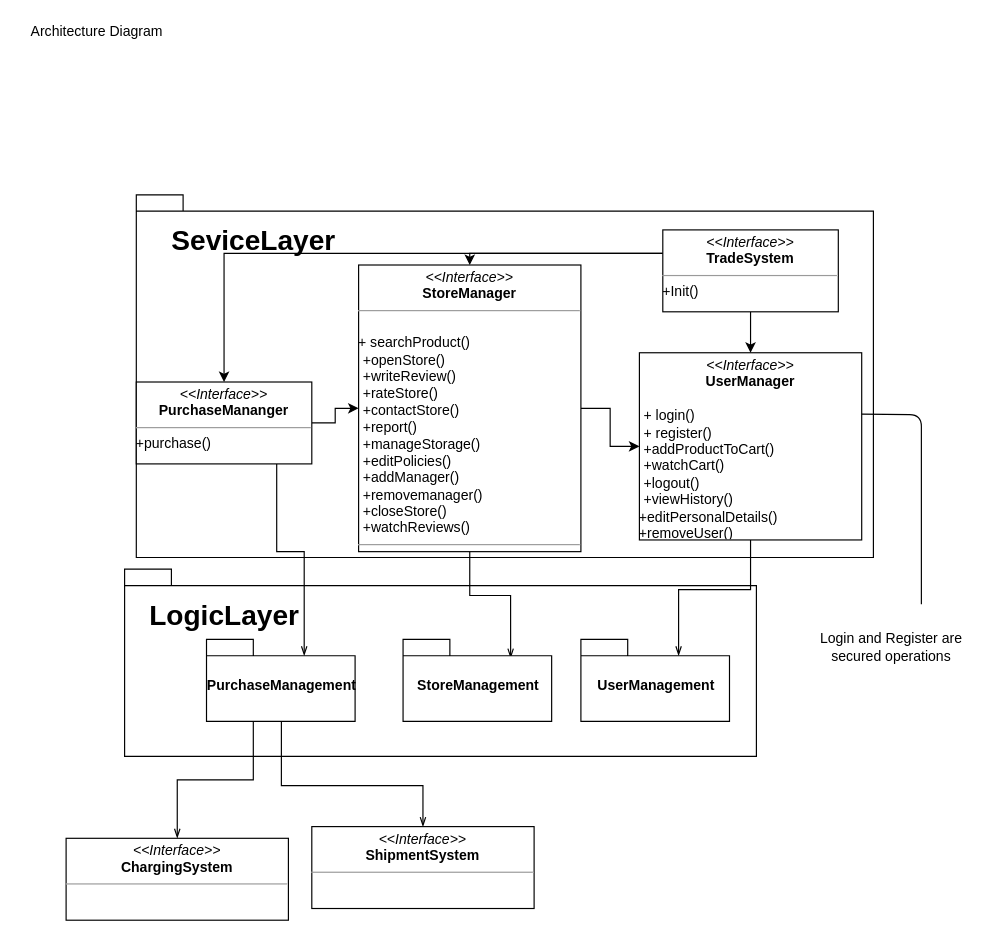
Earlier version of the draw.io diagram page "Page-3" (3 of 4) of Version0/Diagrams/ClassDiagram.drawio (Amitlevizky2/Workshop). Source tidied: cells renumbered, new cells numbered last; positions are measured from the earlier drawing's top-left corner, leaving out a move shared by most shapes. Both pictures are drawn from the tidied source at 117%, with x=0, y=0 at pixel (20, 20).
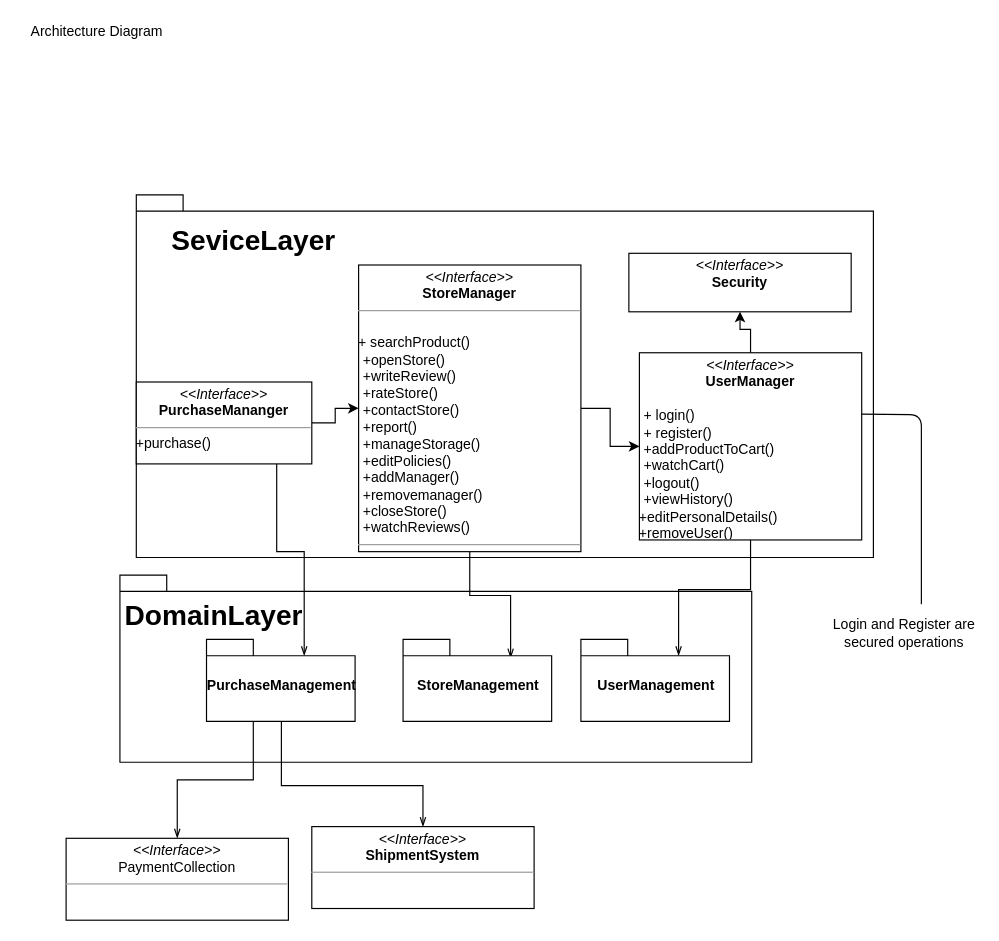
After the change.

Unchanged cells that the change refers to:
```xml
<mxCell id="6" value="&lt;p style=&quot;margin: 0px ; margin-top: 4px ; text-align: center&quot;&gt;&lt;i&gt;&amp;lt;&amp;lt;Interface&amp;gt;&amp;gt;&lt;/i&gt;&lt;br&gt;&lt;b&gt;UserManager&lt;/b&gt;&lt;/p&gt;&lt;br&gt;&lt;p style=&quot;margin: 0px ; margin-left: 4px&quot;&gt;+ login()&lt;br&gt;+ register()&lt;/p&gt;&lt;p style=&quot;margin: 0px ; margin-left: 4px&quot;&gt;+addProductToCart()&lt;/p&gt;&lt;p style=&quot;margin: 0px ; margin-left: 4px&quot;&gt;+watchCart()&lt;/p&gt;&lt;p style=&quot;margin: 0px ; margin-left: 4px&quot;&gt;+logout()&lt;/p&gt;&lt;p style=&quot;margin: 0px ; margin-left: 4px&quot;&gt;+viewHistory()&lt;br&gt;&lt;/p&gt;&lt;div&gt;+editPersonalDetails()&lt;/div&gt;&lt;div&gt;+removeUser()&lt;br&gt;&lt;/div&gt;&lt;hr size=&quot;1&quot;&gt;" style="verticalAlign=top;align=left;overflow=fill;fontSize=12;fontFamily=Helvetica;html=1;" parent="1" vertex="1">
  <mxGeometry x="529" y="284" width="190" height="160" as="geometry" />
</mxCell>
<mxCell id="11" value="&lt;p style=&quot;margin: 0px ; margin-top: 4px ; text-align: center&quot;&gt;&lt;i&gt;&amp;lt;&amp;lt;Interface&amp;gt;&amp;gt;&lt;/i&gt;&lt;br&gt;&lt;b&gt;PurchaseMananger&lt;/b&gt;&lt;/p&gt;&lt;hr size=&quot;1&quot;&gt;+purchase()" style="verticalAlign=top;align=left;overflow=fill;fontSize=12;fontFamily=Helvetica;html=1;" parent="1" vertex="1">
  <mxGeometry x="99" y="309" width="150" height="70" as="geometry" />
</mxCell>
<mxCell id="14" value="&lt;p style=&quot;margin: 0px ; margin-top: 4px ; text-align: center&quot;&gt;&lt;i&gt;&amp;lt;&amp;lt;Interface&amp;gt;&amp;gt;&lt;/i&gt;&lt;br&gt;&lt;b&gt;StoreManager&lt;/b&gt;&lt;/p&gt;&lt;hr size=&quot;1&quot;&gt;&lt;br&gt;&lt;div&gt;+ searchProduct()&lt;/div&gt;&lt;div&gt;&lt;p style=&quot;margin: 0px ; margin-left: 4px&quot;&gt;+openStore()&lt;/p&gt;&lt;p style=&quot;margin: 0px ; margin-left: 4px&quot;&gt;+writeReview()&lt;/p&gt;&lt;p style=&quot;margin: 0px ; margin-left: 4px&quot;&gt;+rateStore()&lt;/p&gt;&lt;p style=&quot;margin: 0px ; margin-left: 4px&quot;&gt;+contactStore()&lt;/p&gt;&lt;p style=&quot;margin: 0px ; margin-left: 4px&quot;&gt;+report()&lt;/p&gt;&lt;p style=&quot;margin: 0px ; margin-left: 4px&quot;&gt;+manageStorage()&lt;/p&gt;&lt;p style=&quot;margin: 0px ; margin-left: 4px&quot;&gt;+editPolicies()&lt;/p&gt;&lt;p style=&quot;margin: 0px ; margin-left: 4px&quot;&gt;+addManager()&lt;/p&gt;&lt;p style=&quot;margin: 0px ; margin-left: 4px&quot;&gt;+removemanager()&lt;/p&gt;&lt;p style=&quot;margin: 0px ; margin-left: 4px&quot;&gt;+closeStore()&lt;/p&gt;&lt;p style=&quot;margin: 0px ; margin-left: 4px&quot;&gt;+watchReviews()&lt;br&gt;&lt;/p&gt;&lt;/div&gt;&lt;hr size=&quot;1&quot;&gt;" style="verticalAlign=top;align=left;overflow=fill;fontSize=12;fontFamily=Helvetica;html=1;" parent="1" vertex="1">
  <mxGeometry x="289" y="209" width="190" height="245" as="geometry" />
</mxCell>
```

Diff of the diagram source:
```diff
@@
     <mxCell id="2" style="shape=folder;fontStyle=1;spacingTop=10;tabWidth=40;tabHeight=14;tabPosition=left;html=1;" parent="1" vertex="1">
-      <mxGeometry x="89" y="469" width="540" height="160" as="geometry" />
+      <mxGeometry x="85" y="474" width="540" height="160" as="geometry" />
     </mxCell>
+    <mxCell id="18" value="DomainLayer" style="text;strokeColor=none;fillColor=none;html=1;fontSize=24;fontStyle=1;verticalAlign=middle;align=center;" parent="2" vertex="1">
+      <mxGeometry x="15" y="15" width="130" height="40" as="geometry" />
+    </mxCell>
@@
+    <mxCell id="28" style="edgeStyle=orthogonalEdgeStyle;rounded=0;jettySize=auto;html=1;" parent="1" edge="1" source="6" target="29">
+      <mxGeometry relative="1" as="geometry" />
+    </mxCell>
@@
-    <mxCell id="15" value="&lt;p style=&quot;margin: 0px ; margin-top: 4px ; text-align: center&quot;&gt;&lt;i&gt;&amp;lt;&amp;lt;Interface&amp;gt;&amp;gt;&lt;/i&gt;&lt;br&gt;&lt;b&gt;ChargingSystem&lt;/b&gt;&lt;/p&gt;&lt;hr size=&quot;1&quot;&gt;" style="verticalAlign=top;align=left;overflow=fill;fontSize=12;fontFamily=Helvetica;html=1;" parent="1" vertex="1">
+    <mxCell id="15" value="&lt;p style=&quot;margin: 0px ; margin-top: 4px ; text-align: center&quot;&gt;&lt;i&gt;&amp;lt;&amp;lt;Interface&amp;gt;&amp;gt;&lt;/i&gt;&lt;br&gt;PaymentCollection&lt;/p&gt;&lt;hr size=&quot;1&quot;&gt;" style="verticalAlign=top;align=left;overflow=fill;fontSize=12;fontFamily=Helvetica;html=1;" parent="1" vertex="1">
       <mxGeometry x="39" y="699" width="190" height="70" as="geometry" />
     </mxCell>
@@
-    <mxCell id="18" value="LogicLayer" style="text;strokeColor=none;fillColor=none;html=1;fontSize=24;fontStyle=1;verticalAlign=middle;align=center;" parent="1" vertex="1">
-      <mxGeometry x="109" y="489" width="130" height="40" as="geometry" />
-    </mxCell>
@@
-    <mxCell id="22" style="edgeStyle=orthogonalEdgeStyle;rounded=0;jettySize=auto;html=1;" parent="1" edge="1" source="25" target="6">
-      <mxGeometry relative="1" as="geometry" />
-    </mxCell>
-    <mxCell id="23" style="edgeStyle=orthogonalEdgeStyle;rounded=0;jettySize=auto;html=1;entryX=0.5;entryY=0;entryDx=0;entryDy=0;" parent="1" edge="1" source="25" target="14">
-      <mxGeometry relative="1" as="geometry">
-        <Array as="points">
-          <mxPoint x="384" y="199" />
-        </Array>
-      </mxGeometry>
-    </mxCell>
-    <mxCell id="24" style="edgeStyle=orthogonalEdgeStyle;rounded=0;jettySize=auto;html=1;" parent="1" edge="1" source="25" target="11">
-      <mxGeometry relative="1" as="geometry">
-        <Array as="points">
-          <mxPoint x="174" y="199" />
-        </Array>
-      </mxGeometry>
-    </mxCell>
-    <mxCell id="25" value="&lt;p style=&quot;margin: 0px ; margin-top: 4px ; text-align: center&quot;&gt;&lt;i&gt;&amp;lt;&amp;lt;Interface&amp;gt;&amp;gt;&lt;/i&gt;&lt;br&gt;&lt;b&gt;TradeSystem&lt;/b&gt;&lt;/p&gt;&lt;hr size=&quot;1&quot;&gt;+Init()" style="verticalAlign=top;align=left;overflow=fill;fontSize=12;fontFamily=Helvetica;html=1;" parent="1" vertex="1">
-      <mxGeometry x="549" y="179" width="150" height="70" as="geometry" />
-    </mxCell>
@@
     <mxCell id="27" value="&lt;div&gt;Login and Register are &lt;br&gt;&lt;/div&gt;&lt;div&gt;secured operations&lt;/div&gt;" style="text;html=1;align=center;verticalAlign=middle;" parent="1" vertex="1">
-      <mxGeometry x="679" y="521" width="130" height="30" as="geometry" />
+      <mxGeometry x="690" y="509" width="130" height="30" as="geometry" />
     </mxCell>
+    <mxCell id="29" value="&lt;p style=&quot;margin: 0px ; margin-top: 4px ; text-align: center&quot;&gt;&lt;i&gt;&amp;lt;&amp;lt;Interface&amp;gt;&amp;gt;&lt;/i&gt;&lt;br&gt;&lt;b&gt;Security&lt;/b&gt;&lt;/p&gt;&lt;br&gt;&lt;hr size=&quot;1&quot;&gt;" style="verticalAlign=top;align=left;overflow=fill;fontSize=12;fontFamily=Helvetica;html=1;" parent="1" vertex="1">
+      <mxGeometry x="520" y="199" width="190" height="50" as="geometry" />
+    </mxCell>
```
